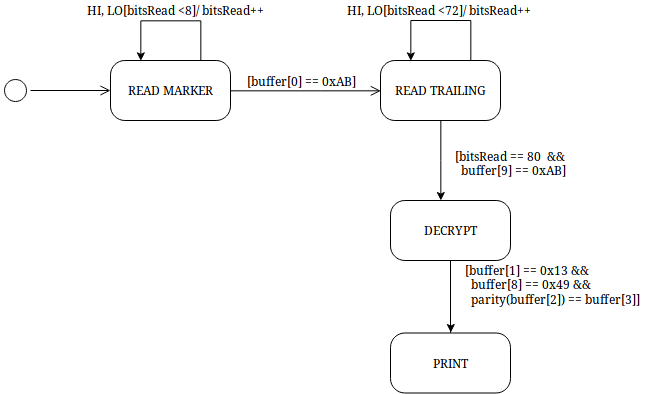
Before: doc/StateDiagram.png, a diagram exported from draw.io (menixator/procella). Source tidied: cells renumbered, new cells last; positions are measured from the earlier drawing's top-left corner, leaving out a move shared by most shapes.
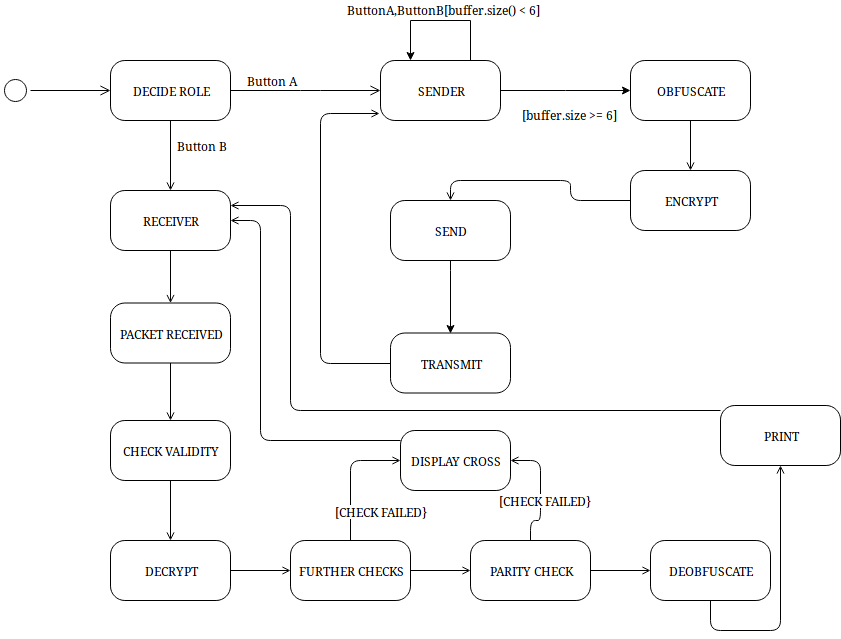
The same file after the commit.

Commit message:
Update state diagrams

Diff of the diagram source:
```diff
@@ -5,10 +5,21 @@
     <mxCell id="2" style="ellipse;html=1;shape=startState;rounded=1;shadow=0;comic=0;labelBackgroundColor=none;fontFamily=Verdana;fontSize=12;align=center;direction=south;" parent="1" vertex="1">
       <mxGeometry y="105" width="30" height="30" as="geometry" />
     </mxCell>
+    <mxCell id="18" style="edgeStyle=orthogonalEdgeStyle;rounded=1;jettySize=auto;html=1;entryX=-0.008;entryY=0.883;entryDx=0;entryDy=0;entryPerimeter=0;endArrow=open;endFill=0;" parent="1" edge="1" source="3" target="7">
+      <mxGeometry relative="1" as="geometry">
+        <Array as="points">
+          <mxPoint x="320" y="393" />
+          <mxPoint x="320" y="143" />
+        </Array>
+      </mxGeometry>
+    </mxCell>
-    <mxCell id="3" value="PRINT" style="rounded=1;whiteSpace=wrap;html=1;arcSize=24;shadow=0;comic=0;labelBackgroundColor=none;fontFamily=Verdana;fontSize=12;align=center;" parent="1" vertex="1">
+    <mxCell id="3" value="TRANSMIT" style="rounded=1;whiteSpace=wrap;html=1;arcSize=24;shadow=0;comic=0;labelBackgroundColor=none;fontFamily=Verdana;fontSize=12;align=center;" parent="1" vertex="1">
       <mxGeometry x="390" y="362.5" width="120" height="60" as="geometry" />
     </mxCell>
+    <mxCell id="19" style="edgeStyle=orthogonalEdgeStyle;rounded=1;jettySize=auto;html=1;endArrow=open;endFill=0;" parent="1" edge="1" source="4" target="21">
+      <mxGeometry relative="1" as="geometry" />
+    </mxCell>
-    <mxCell id="4" value="READ MARKER" style="rounded=1;whiteSpace=wrap;html=1;arcSize=24;shadow=0;comic=0;labelBackgroundColor=none;fontFamily=Verdana;fontSize=12;align=center;" parent="1" vertex="1">
+    <mxCell id="4" value="DECIDE ROLE" style="rounded=1;whiteSpace=wrap;html=1;arcSize=24;shadow=0;comic=0;labelBackgroundColor=none;fontFamily=Verdana;fontSize=12;align=center;" parent="1" vertex="1">
       <mxGeometry x="110" y="90" width="120" height="60" as="geometry" />
     </mxCell>
     <mxCell id="5" style="edgeStyle=elbowEdgeStyle;rounded=0;orthogonalLoop=1;jettySize=auto;html=1;exitX=0.75;exitY=0;exitDx=0;exitDy=0;entryX=0.25;entryY=0;entryDx=0;entryDy=0;" parent="1" edge="1" source="7" target="7">
@@ -19,10 +30,10 @@
         </Array>
       </mxGeometry>
     </mxCell>
-    <mxCell id="6" style="edgeStyle=elbowEdgeStyle;rounded=0;jettySize=auto;html=1;exitX=0.5;exitY=1;exitDx=0;exitDy=0;" parent="1" edge="1" source="7" target="9">
+    <mxCell id="6" style="edgeStyle=elbowEdgeStyle;rounded=0;jettySize=auto;html=1;exitX=1;exitY=0.5;exitDx=0;exitDy=0;entryX=0;entryY=0.5;entryDx=0;entryDy=0;" parent="1" edge="1" source="7" target="44">
       <mxGeometry relative="1" as="geometry" />
     </mxCell>
-    <mxCell id="7" value="READ TRAILING" style="rounded=1;whiteSpace=wrap;html=1;arcSize=24;shadow=0;comic=0;labelBackgroundColor=none;fontFamily=Verdana;fontSize=12;align=center;" parent="1" vertex="1">
+    <mxCell id="7" value="SENDER" style="rounded=1;whiteSpace=wrap;html=1;arcSize=24;shadow=0;comic=0;labelBackgroundColor=none;fontFamily=Verdana;fontSize=12;align=center;" parent="1" vertex="1">
       <mxGeometry x="380" y="90" width="120" height="60" as="geometry" />
     </mxCell>
     <mxCell id="8" style="edgeStyle=elbowEdgeStyle;rounded=0;jettySize=auto;html=1;entryX=0.5;entryY=0;entryDx=0;entryDy=0;" parent="1" edge="1" source="9" target="3">
@@ -32,7 +43,7 @@
         </Array>
       </mxGeometry>
     </mxCell>
-    <mxCell id="9" value="DECRYPT" style="rounded=1;whiteSpace=wrap;html=1;arcSize=24;shadow=0;comic=0;labelBackgroundColor=none;fontFamily=Verdana;fontSize=12;align=center;" parent="1" vertex="1">
+    <mxCell id="9" value="SEND" style="rounded=1;whiteSpace=wrap;html=1;arcSize=24;shadow=0;comic=0;labelBackgroundColor=none;fontFamily=Verdana;fontSize=12;align=center;" parent="1" vertex="1">
       <mxGeometry x="390" y="230" width="120" height="60" as="geometry" />
     </mxCell>
     <mxCell id="10" style="edgeStyle=orthogonalEdgeStyle;html=1;labelBackgroundColor=none;endArrow=open;endSize=8;fontFamily=Verdana;fontSize=12;align=left;" parent="1" edge="1" source="2" target="4">
@@ -46,28 +57,118 @@
         </Array>
       </mxGeometry>
     </mxCell>
-    <mxCell id="12" style="edgeStyle=orthogonalEdgeStyle;rounded=0;orthogonalLoop=1;jettySize=auto;html=1;entryX=0.25;entryY=0;entryDx=0;entryDy=0;" parent="1" edge="1" source="4" target="4">
-      <mxGeometry relative="1" as="geometry">
-        <Array as="points">
-          <mxPoint x="200" y="50" />
-          <mxPoint x="140" y="50" />
-        </Array>
-      </mxGeometry>
-    </mxCell>
-    <mxCell id="13" value="HI, LO[bitsRead &amp;lt;8]/ bitsRead++" style="text;html=1;align=left;verticalAlign=top;spacingTop=-4;" parent="1" vertex="1">
-      <mxGeometry x="85" y="30" width="190" height="20" as="geometry" />
-    </mxCell>
-    <mxCell id="14" value="[buffer[0] == 0xAB]" style="text;html=1;align=left;verticalAlign=top;spacingTop=-4;" parent="1" vertex="1">
-      <mxGeometry x="245" y="101" width="120" height="20" as="geometry" />
+    <mxCell id="14" value="Button A" style="text;html=1;align=left;verticalAlign=top;spacingTop=-4;" parent="1" vertex="1">
+      <mxGeometry x="245" y="101" width="70" height="20" as="geometry" />
     </mxCell>
-    <mxCell id="15" value="HI, LO[bitsRead &amp;lt;72]/ bitsRead++" style="text;html=1;align=left;verticalAlign=top;spacingTop=-4;" parent="1" vertex="1">
-      <mxGeometry x="345" y="30" width="200" height="20" as="geometry" />
+    <mxCell id="15" value="ButtonA,ButtonB[buffer.size() &amp;lt; 6]" style="text;html=1;align=left;verticalAlign=top;spacingTop=-4;" parent="1" vertex="1">
+      <mxGeometry x="345" y="30" width="210" height="20" as="geometry" />
     </mxCell>
-    <mxCell id="16" value="&lt;div&gt;[bitsRead == 80&amp;nbsp; &amp;amp;&amp;amp;&lt;/div&gt;&lt;div&gt;&amp;nbsp; buffer[9] == 0xAB]&lt;br&gt;&lt;/div&gt;" style="text;html=1;align=left;verticalAlign=top;spacingTop=-4;" parent="1" vertex="1">
-      <mxGeometry x="453" y="176" width="130" height="30" as="geometry" />
+    <mxCell id="16" value="&lt;div&gt;[buffer.size &amp;gt;= 6]&lt;br&gt;&lt;/div&gt;" style="text;html=1;align=left;verticalAlign=top;spacingTop=-4;" parent="1" vertex="1">
+      <mxGeometry x="520" y="135" width="110" height="20" as="geometry" />
     </mxCell>
-    <mxCell id="17" value="&lt;div&gt;[buffer[1] == 0x13 &amp;amp;&amp;amp;&lt;/div&gt;&lt;div&gt;&amp;nbsp; buffer[8] == 0x49 &amp;amp;&amp;amp;&lt;/div&gt;&lt;div&gt;&amp;nbsp; parity(buffer[2]) == buffer[3]]&lt;/div&gt;" style="text;html=1;align=left;verticalAlign=top;spacingTop=-4;" parent="1" vertex="1">
-      <mxGeometry x="463" y="290" width="190" height="40" as="geometry" />
-    </mxCell>
+    <mxCell id="20" style="edgeStyle=orthogonalEdgeStyle;rounded=1;jettySize=auto;html=1;endArrow=open;endFill=0;" parent="1" edge="1" source="21" target="24">
+      <mxGeometry relative="1" as="geometry" />
+    </mxCell>
+    <mxCell id="21" value="RECEIVER" style="rounded=1;whiteSpace=wrap;html=1;arcSize=24;shadow=0;comic=0;labelBackgroundColor=none;fontFamily=Verdana;fontSize=12;align=center;" parent="1" vertex="1">
+      <mxGeometry x="110" y="220" width="120" height="60" as="geometry" />
+    </mxCell>
+    <mxCell id="22" value="Button B" style="text;html=1;align=left;verticalAlign=top;spacingTop=-4;" parent="1" vertex="1">
+      <mxGeometry x="175" y="166" width="70" height="20" as="geometry" />
+    </mxCell>
+    <mxCell id="23" style="edgeStyle=orthogonalEdgeStyle;rounded=1;jettySize=auto;html=1;entryX=0.5;entryY=0;entryDx=0;entryDy=0;endArrow=open;endFill=0;" parent="1" edge="1" source="24" target="26">
+      <mxGeometry relative="1" as="geometry" />
+    </mxCell>
+    <mxCell id="24" value="PACKET RECEIVED" style="rounded=1;whiteSpace=wrap;html=1;arcSize=24;shadow=0;comic=0;labelBackgroundColor=none;fontFamily=Verdana;fontSize=12;align=center;" parent="1" vertex="1">
+      <mxGeometry x="110" y="332.5" width="120" height="60" as="geometry" />
+    </mxCell>
+    <mxCell id="25" style="edgeStyle=orthogonalEdgeStyle;rounded=1;jettySize=auto;html=1;endArrow=open;endFill=0;" parent="1" edge="1" source="26" target="28">
+      <mxGeometry relative="1" as="geometry" />
+    </mxCell>
+    <mxCell id="26" value="CHECK VALIDITY" style="rounded=1;whiteSpace=wrap;html=1;arcSize=24;shadow=0;comic=0;labelBackgroundColor=none;fontFamily=Verdana;fontSize=12;align=center;" parent="1" vertex="1">
+      <mxGeometry x="110" y="450" width="120" height="60" as="geometry" />
+    </mxCell>
+    <mxCell id="27" style="edgeStyle=orthogonalEdgeStyle;rounded=1;jettySize=auto;html=1;entryX=0;entryY=0.5;entryDx=0;entryDy=0;endArrow=open;endFill=0;" parent="1" edge="1" source="28" target="32">
+      <mxGeometry relative="1" as="geometry" />
+    </mxCell>
+    <mxCell id="28" value="DECRYPT" style="rounded=1;whiteSpace=wrap;html=1;arcSize=24;shadow=0;comic=0;labelBackgroundColor=none;fontFamily=Verdana;fontSize=12;align=center;" parent="1" vertex="1">
+      <mxGeometry x="110" y="570" width="120" height="60" as="geometry" />
+    </mxCell>
+    <mxCell id="29" style="edgeStyle=orthogonalEdgeStyle;rounded=1;jettySize=auto;html=1;entryX=0;entryY=0.5;entryDx=0;entryDy=0;endArrow=open;endFill=0;" parent="1" edge="1" source="32" target="36">
+      <mxGeometry relative="1" as="geometry" />
+    </mxCell>
+    <mxCell id="30" style="edgeStyle=orthogonalEdgeStyle;rounded=1;jettySize=auto;html=1;entryX=0;entryY=0.5;entryDx=0;entryDy=0;endArrow=open;endFill=0;" parent="1" edge="1" source="32" target="42">
+      <mxGeometry relative="1" as="geometry" />
+    </mxCell>
+    <mxCell id="31" value="[CHECK FAILED}" style="text;html=1;align=center;verticalAlign=middle;labelBackgroundColor=#ffffff;" parent="30" vertex="1">
+      <mxGeometry x="0.09" y="-9" relative="1" as="geometry">
+        <mxPoint x="21" y="41" as="offset" />
+      </mxGeometry>
+    </mxCell>
+    <mxCell id="32" value="FURTHER CHECKS" style="rounded=1;whiteSpace=wrap;html=1;arcSize=24;shadow=0;comic=0;labelBackgroundColor=none;fontFamily=Verdana;fontSize=12;align=center;" parent="1" vertex="1">
+      <mxGeometry x="290" y="570" width="120" height="60" as="geometry" />
+    </mxCell>
+    <mxCell id="33" style="edgeStyle=orthogonalEdgeStyle;rounded=1;jettySize=auto;html=1;endArrow=open;endFill=0;" parent="1" edge="1" source="36" target="38">
+      <mxGeometry relative="1" as="geometry" />
+    </mxCell>
+    <mxCell id="34" style="edgeStyle=orthogonalEdgeStyle;rounded=1;jettySize=auto;html=1;entryX=1;entryY=0.5;entryDx=0;entryDy=0;endArrow=open;endFill=0;" parent="1" edge="1" source="36" target="42">
+      <mxGeometry relative="1" as="geometry">
+        <Array as="points">
+          <mxPoint x="530" y="550" />
+          <mxPoint x="540" y="550" />
+          <mxPoint x="540" y="490" />
+        </Array>
+      </mxGeometry>
+    </mxCell>
+    <mxCell id="35" value="[CHECK FAILED}" style="text;html=1;align=center;verticalAlign=middle;labelBackgroundColor=#ffffff;" parent="34" vertex="1">
+      <mxGeometry x="-0.16" y="-4" relative="1" as="geometry" />
+    </mxCell>
+    <mxCell id="36" value="PARITY CHECK" style="rounded=1;whiteSpace=wrap;html=1;arcSize=24;shadow=0;comic=0;labelBackgroundColor=none;fontFamily=Verdana;fontSize=12;align=center;" parent="1" vertex="1">
+      <mxGeometry x="470" y="570" width="120" height="60" as="geometry" />
+    </mxCell>
+    <mxCell id="37" style="edgeStyle=orthogonalEdgeStyle;rounded=1;jettySize=auto;html=1;endArrow=open;endFill=0;" parent="1" edge="1" source="38" target="40">
+      <mxGeometry relative="1" as="geometry">
+        <Array as="points">
+          <mxPoint x="710" y="660" />
+          <mxPoint x="780" y="660" />
+        </Array>
+      </mxGeometry>
+    </mxCell>
+    <mxCell id="38" value="DEOBFUSCATE" style="rounded=1;whiteSpace=wrap;html=1;arcSize=24;shadow=0;comic=0;labelBackgroundColor=none;fontFamily=Verdana;fontSize=12;align=center;" parent="1" vertex="1">
+      <mxGeometry x="650" y="570" width="120" height="60" as="geometry" />
+    </mxCell>
+    <mxCell id="39" style="edgeStyle=orthogonalEdgeStyle;rounded=1;jettySize=auto;html=1;entryX=1;entryY=0.25;entryDx=0;entryDy=0;endArrow=open;endFill=0;" parent="1" edge="1" source="40" target="21">
+      <mxGeometry relative="1" as="geometry">
+        <Array as="points">
+          <mxPoint x="290" y="440" />
+          <mxPoint x="290" y="235" />
+        </Array>
+      </mxGeometry>
+    </mxCell>
+    <mxCell id="40" value="PRINT" style="rounded=1;whiteSpace=wrap;html=1;arcSize=24;shadow=0;comic=0;labelBackgroundColor=none;fontFamily=Verdana;fontSize=12;align=center;" parent="1" vertex="1">
+      <mxGeometry x="720" y="435" width="120" height="60" as="geometry" />
+    </mxCell>
+    <mxCell id="41" style="edgeStyle=orthogonalEdgeStyle;rounded=1;jettySize=auto;html=1;entryX=1;entryY=0.5;entryDx=0;entryDy=0;endArrow=open;endFill=0;" parent="1" edge="1" source="42" target="21">
+      <mxGeometry relative="1" as="geometry">
+        <Array as="points">
+          <mxPoint x="260" y="470" />
+          <mxPoint x="260" y="250" />
+        </Array>
+      </mxGeometry>
+    </mxCell>
+    <mxCell id="42" value="DISPLAY CROSS" style="rounded=1;whiteSpace=wrap;html=1;arcSize=24;shadow=0;comic=0;labelBackgroundColor=none;fontFamily=Verdana;fontSize=12;align=center;" parent="1" vertex="1">
+      <mxGeometry x="400" y="460" width="110" height="60" as="geometry" />
+    </mxCell>
+    <mxCell id="43" style="edgeStyle=orthogonalEdgeStyle;rounded=1;jettySize=auto;html=1;entryX=0.5;entryY=0;entryDx=0;entryDy=0;endArrow=open;endFill=0;" parent="1" edge="1" source="44" target="46">
+      <mxGeometry relative="1" as="geometry" />
+    </mxCell>
+    <mxCell id="44" value="OBFUSCATE" style="rounded=1;whiteSpace=wrap;html=1;arcSize=24;shadow=0;comic=0;labelBackgroundColor=none;fontFamily=Verdana;fontSize=12;align=center;" parent="1" vertex="1">
+      <mxGeometry x="630" y="90" width="120" height="60" as="geometry" />
+    </mxCell>
+    <mxCell id="45" style="edgeStyle=orthogonalEdgeStyle;rounded=1;jettySize=auto;html=1;entryX=0.5;entryY=0;entryDx=0;entryDy=0;endArrow=open;endFill=0;" parent="1" edge="1" source="46" target="9">
+      <mxGeometry relative="1" as="geometry" />
+    </mxCell>
+    <mxCell id="46" value="ENCRYPT" style="rounded=1;whiteSpace=wrap;html=1;arcSize=24;shadow=0;comic=0;labelBackgroundColor=none;fontFamily=Verdana;fontSize=12;align=center;" parent="1" vertex="1">
+      <mxGeometry x="630" y="200" width="120" height="60" as="geometry" />
+    </mxCell>
   </root>
 </mxGraphModel>
```
